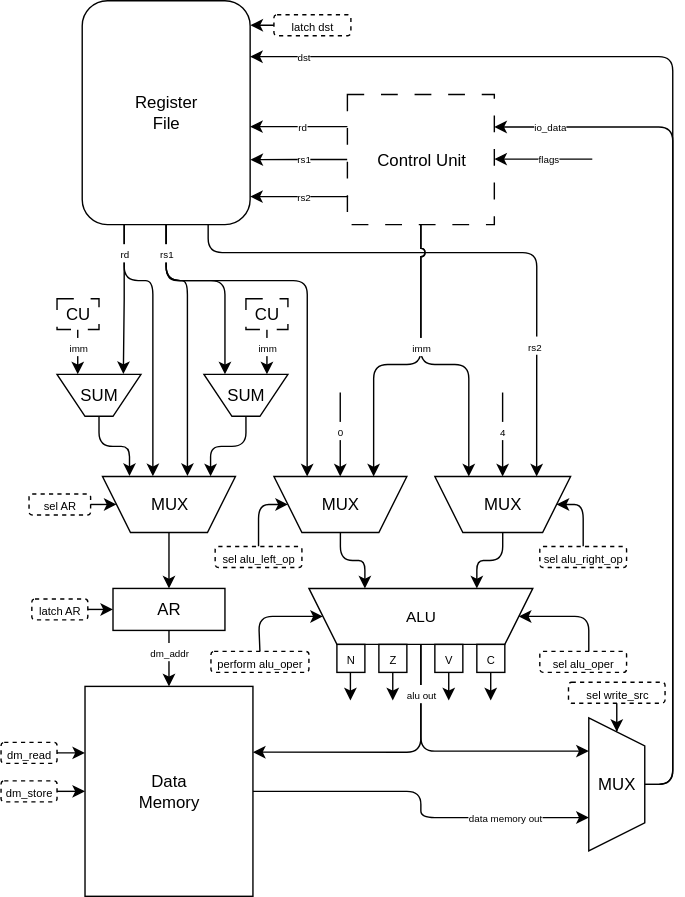
The draw.io diagram img/DataPath.svg in mip3x/csa-lab-iv, before a commit. Source tidied: cells renumbered, new cells last; positions are measured from the earlier drawing's top-left corner, leaving out a move shared by most shapes.
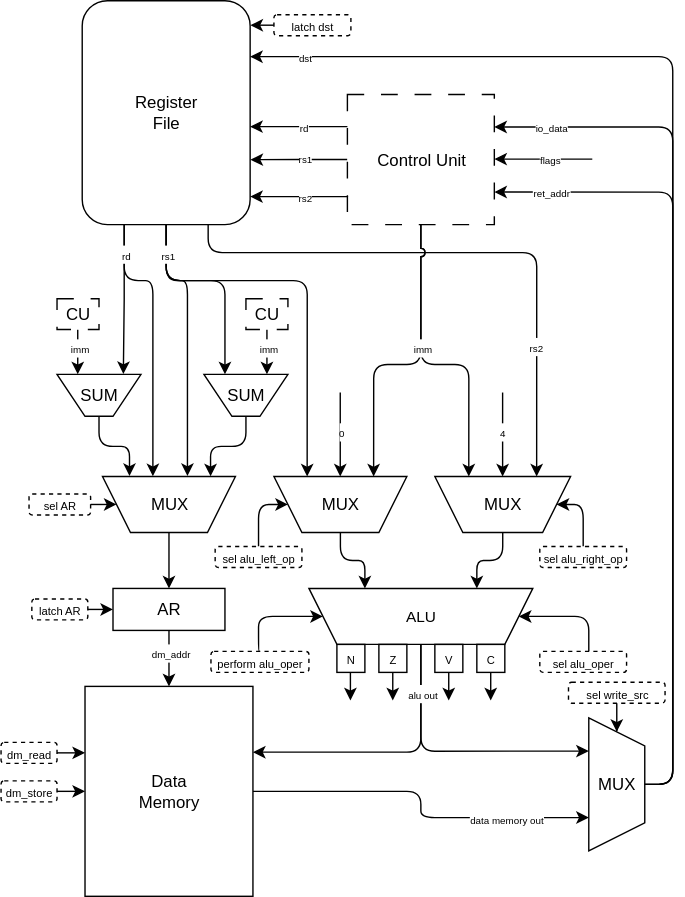
After the commit.

Commit message:
feat: scheme changed for supporting ret instruction

What changed in the source:
```diff
@@ -362,5 +362,11 @@
     <mxCell id="87" value="&lt;font style=&quot;font-size: 7px;&quot;&gt;io_data&lt;/font&gt;" style="edgeLabel;html=1;align=center;verticalAlign=middle;" parent="1" vertex="1">
       <mxGeometry x="392" y="89" as="geometry" />
     </mxCell>
+    <mxCell id="88" style="edgeStyle=orthogonalEdgeStyle;rounded=1;jettySize=auto;html=1;exitX=0.5;exitY=0;exitDx=0;exitDy=0;curved=0;entryX=1;entryY=0.75;entryDx=0;entryDy=0;" parent="1" edge="1" source="29" target="35">
+      <mxGeometry relative="1" as="geometry" />
+    </mxCell>
+    <mxCell id="89" value="&lt;font style=&quot;font-size: 7px;&quot;&gt;ret_addr&lt;/font&gt;" style="edgeLabel;html=1;align=center;verticalAlign=middle;" parent="1" vertex="1">
+      <mxGeometry x="392" y="135" as="geometry" />
+    </mxCell>
   </root>
 </mxGraphModel>
```
